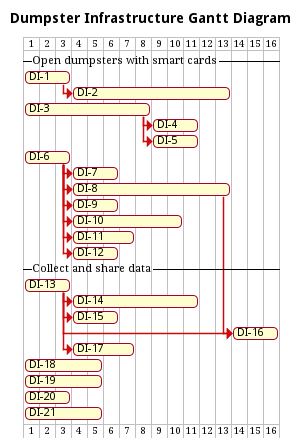
The PlantUML diagram img/gantt-dumpster-infrastructure.pm.png in SmartWasteCollection/project-management, before a commit.
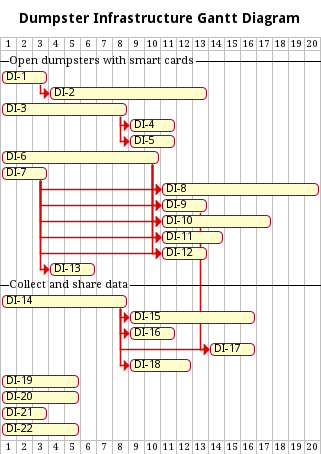
After the change.

Commit message:
docs(uml): generate PNG files for PlantUML diagrams

Change to the diagram source:
```diff
@@ -16,44 +16,51 @@
 endtostart(3, 4)
 endtostart(3, 5)
 
-task(6, 3)
+task(6, 10)
 
 task(7, 3)
 task(8, 10)
 task(9, 3)
 
-endtostart(6, 7)
 endtostart(6, 8)
 endtostart(6, 9)
+endtostart(7, 8)
+endtostart(7, 9)
 
 task(10, 7)
 task(11, 4)
 task(12, 3)
+task(13, 3)
 
 endtostart(6, 10)
 endtostart(6, 11)
 endtostart(6, 12)
+endtostart(7, 10)
+endtostart(7, 11)
+endtostart(7, 12)
+endtostart(7, 13)
+
 
 --Collect and share data--
 
-task(13, 3)
 task(14, 8)
-task(15, 3)
+task(15, 8)
+task(16, 3)
 
-endtostart(13, 14)
-endtostart(13, 15)
+endtostart(14, 15)
+endtostart(14, 16)
 
-task(16, 3)
-task(17, 4)
+task(17, 3)
+task(18, 4)
 
-endtostart(13, 16)
-endtostart(8, 16)
-endtostart(13, 17)
+endtostart(14, 17)
+endtostart(9, 17)
+endtostart(14, 18)
 
-task(18, 5)
 task(19, 5)
+task(20, 5)
 
-task(20, 3)
-task(21, 5)
+task(21, 3)
+task(22, 5)
 
 @endgantt
```
